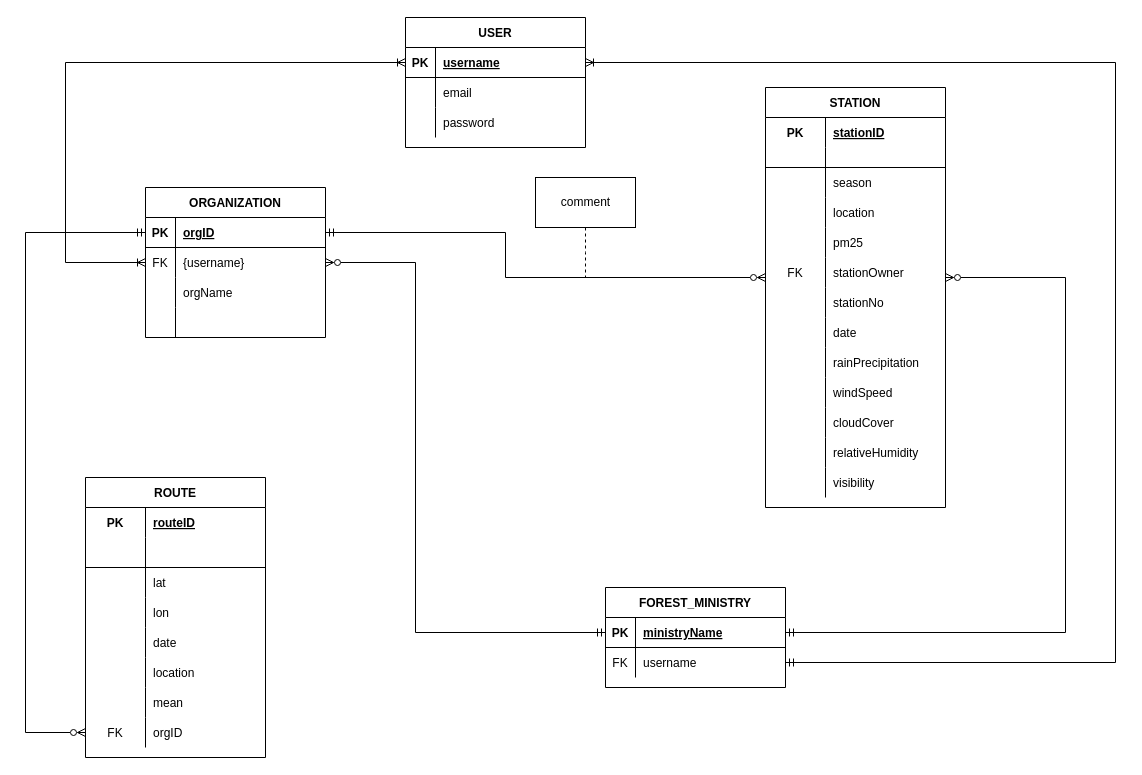
The draw.io diagram z-design/EERD.drawio in zorojuro75/CSE303-sec-03-Group-03, before the edit. Source tidied: cells renumbered, new cells numbered last; positions are measured from the earlier drawing's top-left corner, leaving out a move shared by most shapes. Both pictures are drawn from the tidied source at 100%, with x=0, y=0 at pixel (25, 17).
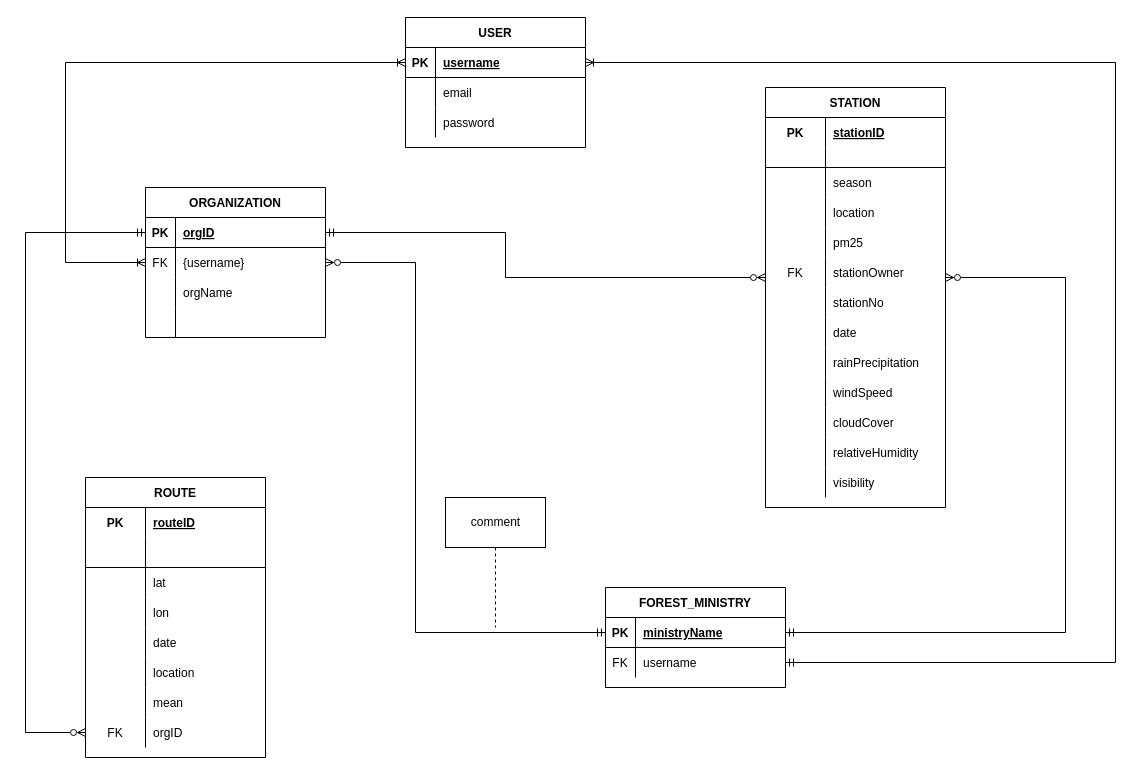
The same diagram, later.

Change to the diagram source:
```diff
@@
-    <mxCell id="103" style="edgeStyle=orthogonalEdgeStyle;rounded=0;jettySize=auto;html=1;startArrow=none;startFill=0;endArrow=none;endFill=0;dashed=1;" parent="1" edge="1" source="104">
-      <mxGeometry relative="1" as="geometry">
-        <mxPoint x="560" y="260" as="targetPoint" />
-      </mxGeometry>
-    </mxCell>
+    <mxCell id="105" style="edgeStyle=orthogonalEdgeStyle;rounded=0;jettySize=auto;html=1;dashed=1;endArrow=none;endFill=0;" parent="1" edge="1" source="104">
+      <mxGeometry relative="1" as="geometry">
+        <mxPoint x="470" y="610" as="targetPoint" />
+      </mxGeometry>
+    </mxCell>
     <mxCell id="104" value="comment" style="html=1;dashed=0;whitespace=wrap;" parent="1" vertex="1">
-      <mxGeometry x="510" y="160" width="100" height="50" as="geometry" />
+      <mxGeometry x="420" y="480" width="100" height="50" as="geometry" />
     </mxCell>
```
